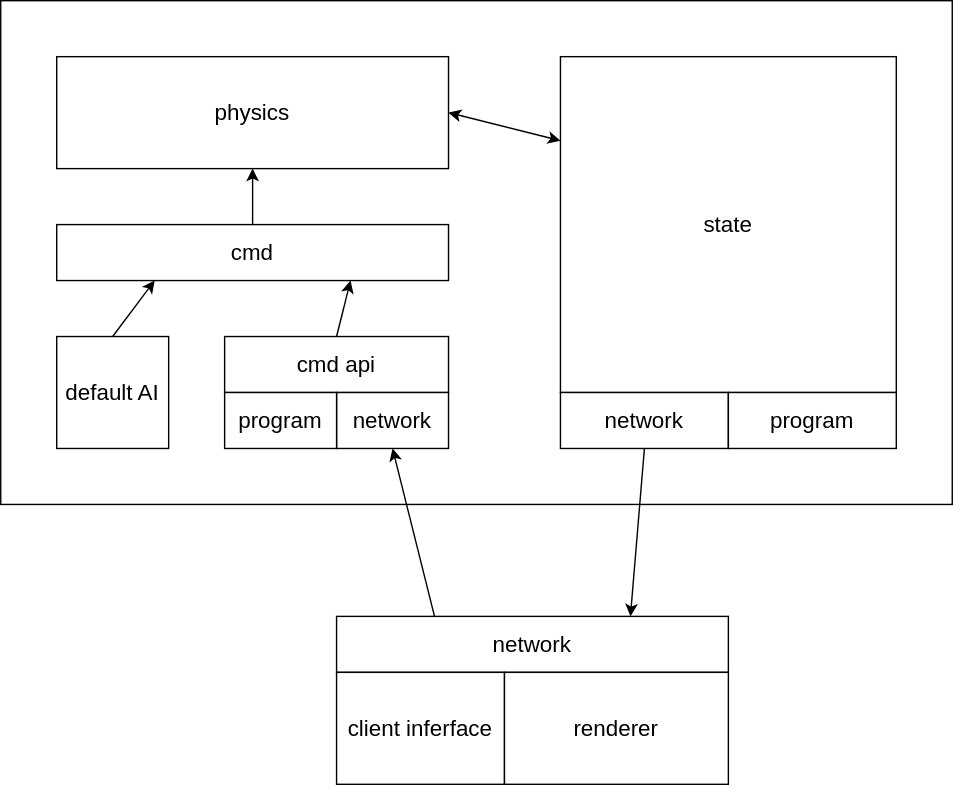
Above: ggs.svg in taotsi/ggs (draw.io), before the change. Source tidied: cells renumbered, new cells last; positions are measured from the earlier drawing's top-left corner, leaving out a move shared by most shapes. The source it was exported from:
```xml
<mxGraphModel>
  <root>
    <mxCell id="0" />
    <mxCell id="1" parent="0" />
    <mxCell id="2" style="rounded=0;whiteSpace=wrap;html=1;fontSize=16;" parent="1" vertex="1">
      <mxGeometry width="680" height="360" as="geometry" />
    </mxCell>
    <mxCell id="3" value="&lt;div style=&quot;font-size: 16px;&quot;&gt;physics&lt;/div&gt;" style="rounded=0;whiteSpace=wrap;html=1;fontSize=16;" parent="1" vertex="1">
      <mxGeometry x="40" y="40" width="280" height="80" as="geometry" />
    </mxCell>
    <mxCell id="4" value="cmd" style="rounded=0;whiteSpace=wrap;html=1;fontSize=16;" parent="1" vertex="1">
      <mxGeometry x="40" y="160" width="280" height="40" as="geometry" />
    </mxCell>
    <mxCell id="5" value="default AI" style="rounded=0;whiteSpace=wrap;html=1;fontSize=16;" parent="1" vertex="1">
      <mxGeometry x="40" y="240" width="80" height="80" as="geometry" />
    </mxCell>
    <mxCell id="6" value="cmd api" style="rounded=0;whiteSpace=wrap;html=1;fontSize=16;" parent="1" vertex="1">
      <mxGeometry x="160" y="240" width="160" height="40" as="geometry" />
    </mxCell>
    <mxCell id="7" value="network" style="rounded=0;whiteSpace=wrap;html=1;fontSize=16;" parent="1" vertex="1">
      <mxGeometry x="240" y="280" width="80" height="40" as="geometry" />
    </mxCell>
    <mxCell id="8" value="program" style="rounded=0;whiteSpace=wrap;html=1;fontSize=16;" parent="1" vertex="1">
      <mxGeometry x="160" y="280" width="80" height="40" as="geometry" />
    </mxCell>
    <mxCell id="9" value="state" style="rounded=0;whiteSpace=wrap;html=1;fontSize=16;" parent="1" vertex="1">
      <mxGeometry x="400" y="40" width="240" height="240" as="geometry" />
    </mxCell>
    <mxCell id="10" value="network" style="rounded=0;whiteSpace=wrap;html=1;fontSize=16;" parent="1" vertex="1">
      <mxGeometry x="240" y="440" width="280" height="40" as="geometry" />
    </mxCell>
    <mxCell id="11" value="network" style="rounded=0;whiteSpace=wrap;html=1;fontSize=16;" parent="1" vertex="1">
      <mxGeometry x="400" y="280" width="120" height="40" as="geometry" />
    </mxCell>
    <mxCell id="12" value="program" style="rounded=0;whiteSpace=wrap;html=1;fontSize=16;" parent="1" vertex="1">
      <mxGeometry x="520" y="280" width="120" height="40" as="geometry" />
    </mxCell>
    <mxCell id="13" value="client inferface" style="rounded=0;whiteSpace=wrap;html=1;fontSize=16;" parent="1" vertex="1">
      <mxGeometry x="240" y="480" width="120" height="80" as="geometry" />
    </mxCell>
    <mxCell id="14" value="renderer" style="rounded=0;whiteSpace=wrap;html=1;fontSize=16;" parent="1" vertex="1">
      <mxGeometry x="360" y="480" width="160" height="80" as="geometry" />
    </mxCell>
    <mxCell id="15" style="endArrow=classic;html=1;rounded=0;fontSize=16;entryX=0.5;entryY=1;entryDx=0;entryDy=0;exitX=0.25;exitY=0;exitDx=0;exitDy=0;" parent="1" edge="1" source="10" target="7">
      <mxGeometry relative="1" as="geometry" />
    </mxCell>
    <mxCell id="16" style="endArrow=classic;html=1;rounded=0;fontSize=16;exitX=0.5;exitY=0;exitDx=0;exitDy=0;entryX=0.75;entryY=1;entryDx=0;entryDy=0;" parent="1" edge="1" source="6" target="4">
      <mxGeometry relative="1" as="geometry" />
    </mxCell>
    <mxCell id="17" style="endArrow=classic;html=1;rounded=0;fontSize=16;exitX=0.5;exitY=0;exitDx=0;exitDy=0;entryX=0.25;entryY=1;entryDx=0;entryDy=0;" parent="1" edge="1" source="5" target="4">
      <mxGeometry relative="1" as="geometry" />
    </mxCell>
    <mxCell id="18" style="endArrow=classic;html=1;rounded=0;fontSize=16;entryX=0.75;entryY=0;entryDx=0;entryDy=0;exitX=0.5;exitY=1;exitDx=0;exitDy=0;" parent="1" edge="1" source="11" target="10">
      <mxGeometry relative="1" as="geometry" />
    </mxCell>
    <mxCell id="19" style="endArrow=classic;html=1;rounded=0;fontSize=16;entryX=0.5;entryY=1;entryDx=0;entryDy=0;exitX=0.5;exitY=0;exitDx=0;exitDy=0;" parent="1" edge="1" source="4" target="3">
      <mxGeometry relative="1" as="geometry" />
    </mxCell>
    <mxCell id="20" style="endArrow=classic;startArrow=classic;html=1;rounded=0;fontSize=16;exitX=1;exitY=0.5;exitDx=0;exitDy=0;entryX=0;entryY=0.25;entryDx=0;entryDy=0;" parent="1" edge="1" source="3" target="9">
      <mxGeometry relative="1" as="geometry" />
    </mxCell>
  </root>
</mxGraphModel>
```
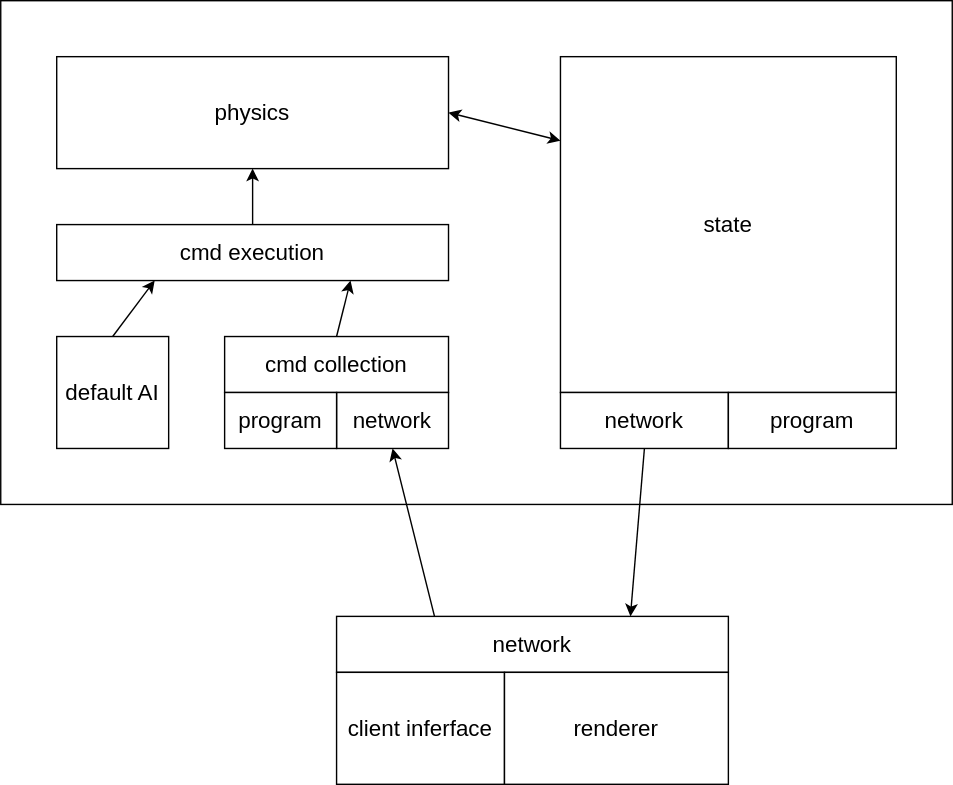
The same file after the commit.

The edit, as a diff of the source:
```diff
@@ -8,13 +8,13 @@
     <mxCell id="3" value="&lt;div style=&quot;font-size: 16px;&quot;&gt;physics&lt;/div&gt;" style="rounded=0;whiteSpace=wrap;html=1;fontSize=16;" parent="1" vertex="1">
       <mxGeometry x="40" y="40" width="280" height="80" as="geometry" />
     </mxCell>
-    <mxCell id="4" value="cmd" style="rounded=0;whiteSpace=wrap;html=1;fontSize=16;" parent="1" vertex="1">
+    <mxCell id="4" value="cmd execution" style="rounded=0;whiteSpace=wrap;html=1;fontSize=16;" parent="1" vertex="1">
       <mxGeometry x="40" y="160" width="280" height="40" as="geometry" />
     </mxCell>
     <mxCell id="5" value="default AI" style="rounded=0;whiteSpace=wrap;html=1;fontSize=16;" parent="1" vertex="1">
       <mxGeometry x="40" y="240" width="80" height="80" as="geometry" />
     </mxCell>
-    <mxCell id="6" value="cmd api" style="rounded=0;whiteSpace=wrap;html=1;fontSize=16;" parent="1" vertex="1">
+    <mxCell id="6" value="cmd collection" style="rounded=0;whiteSpace=wrap;html=1;fontSize=16;" parent="1" vertex="1">
       <mxGeometry x="160" y="240" width="160" height="40" as="geometry" />
     </mxCell>
     <mxCell id="7" value="network" style="rounded=0;whiteSpace=wrap;html=1;fontSize=16;" parent="1" vertex="1">
```
